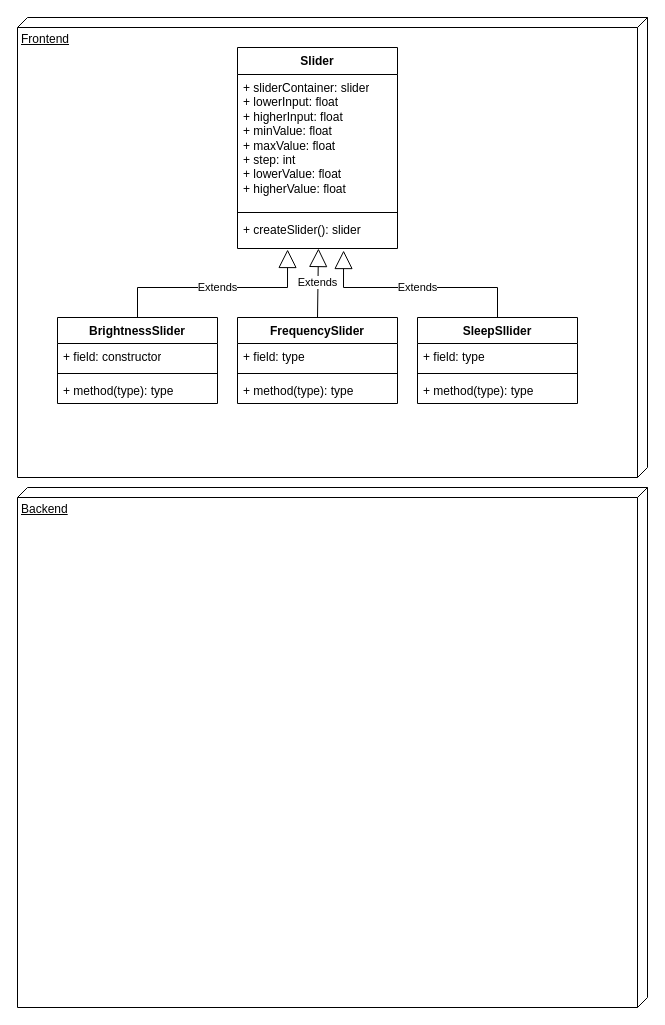
Before: uml_diagrams/class_diagram_v2.drawio in Phaneron97/smartLedstrip, a draw.io diagram. Source tidied: cells renumbered, new cells numbered last; positions are measured from the earlier drawing's top-left corner, leaving out a move shared by most shapes. Both pictures are drawn from the tidied source at 100%, with x=0, y=0 at pixel (17, 17).
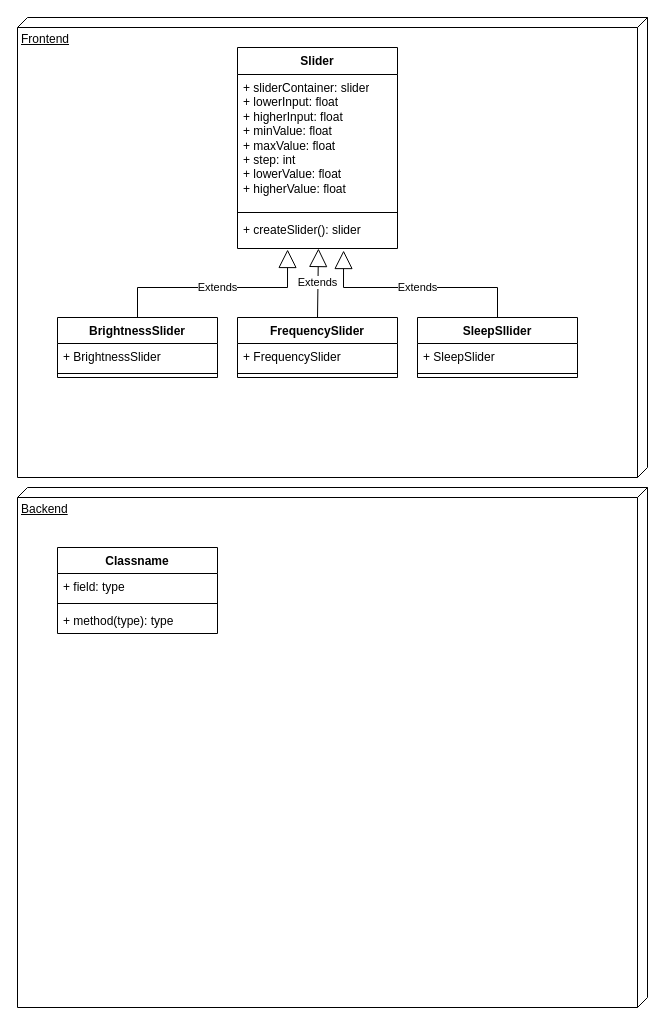
The same diagram, later.

Commit message:
constructors in frontend

The edit, as a diff of the source:
```diff
@@
     <mxCell id="8" value="BrightnessSlider" style="swimlane;fontStyle=1;align=center;verticalAlign=top;horizontal=1;startSize=26;whiteSpace=wrap;html=1;" parent="1" vertex="1">
-      <mxGeometry x="40" y="300" width="160" height="86" as="geometry" />
+      <mxGeometry x="40" y="300" width="160" height="60" as="geometry" />
     </mxCell>
-    <mxCell id="9" value="+ field: constructor" style="text;strokeColor=none;fillColor=none;align=left;verticalAlign=top;spacingLeft=4;spacingRight=4;overflow=hidden;whiteSpace=wrap;html=1;" parent="8" vertex="1">
+    <mxCell id="9" value="+ BrightnessSlider" style="text;strokeColor=none;fillColor=none;align=left;verticalAlign=top;spacingLeft=4;spacingRight=4;overflow=hidden;whiteSpace=wrap;html=1;" parent="8" vertex="1">
       <mxGeometry y="26" width="160" height="26" as="geometry" />
     </mxCell>
@@
-    <mxCell id="11" value="+ method(type): type" style="text;strokeColor=none;fillColor=none;align=left;verticalAlign=top;spacingLeft=4;spacingRight=4;overflow=hidden;whiteSpace=wrap;html=1;" parent="8" vertex="1">
-      <mxGeometry y="60" width="160" height="26" as="geometry" />
-    </mxCell>
     <mxCell id="12" value="FrequencySlider" style="swimlane;fontStyle=1;align=center;verticalAlign=top;horizontal=1;startSize=26;whiteSpace=wrap;html=1;" parent="1" vertex="1">
-      <mxGeometry x="220" y="300" width="160" height="86" as="geometry" />
+      <mxGeometry x="220" y="300" width="160" height="60" as="geometry" />
     </mxCell>
-    <mxCell id="13" value="+ field: type" style="text;strokeColor=none;fillColor=none;align=left;verticalAlign=top;spacingLeft=4;spacingRight=4;overflow=hidden;whiteSpace=wrap;html=1;" parent="12" vertex="1">
+    <mxCell id="13" value="+ FrequencySlider" style="text;strokeColor=none;fillColor=none;align=left;verticalAlign=top;spacingLeft=4;spacingRight=4;overflow=hidden;whiteSpace=wrap;html=1;" parent="12" vertex="1">
       <mxGeometry y="26" width="160" height="26" as="geometry" />
     </mxCell>
@@
-    <mxCell id="15" value="+ method(type): type" style="text;strokeColor=none;fillColor=none;align=left;verticalAlign=top;spacingLeft=4;spacingRight=4;overflow=hidden;whiteSpace=wrap;html=1;" parent="12" vertex="1">
-      <mxGeometry y="60" width="160" height="26" as="geometry" />
-    </mxCell>
     <mxCell id="16" value="SleepSllider" style="swimlane;fontStyle=1;align=center;verticalAlign=top;horizontal=1;startSize=26;whiteSpace=wrap;html=1;" parent="1" vertex="1">
-      <mxGeometry x="400" y="300" width="160" height="86" as="geometry" />
+      <mxGeometry x="400" y="300" width="160" height="60" as="geometry" />
     </mxCell>
-    <mxCell id="17" value="+ field: type" style="text;strokeColor=none;fillColor=none;align=left;verticalAlign=top;spacingLeft=4;spacingRight=4;overflow=hidden;whiteSpace=wrap;html=1;" parent="16" vertex="1">
+    <mxCell id="17" value="+ SleepSlider" style="text;strokeColor=none;fillColor=none;align=left;verticalAlign=top;spacingLeft=4;spacingRight=4;overflow=hidden;whiteSpace=wrap;html=1;" parent="16" vertex="1">
       <mxGeometry y="26" width="160" height="26" as="geometry" />
     </mxCell>
@@
-    <mxCell id="19" value="+ method(type): type" style="text;strokeColor=none;fillColor=none;align=left;verticalAlign=top;spacingLeft=4;spacingRight=4;overflow=hidden;whiteSpace=wrap;html=1;" parent="16" vertex="1">
-      <mxGeometry y="60" width="160" height="26" as="geometry" />
-    </mxCell>
@@
+    <mxCell id="23" value="Classname" style="swimlane;fontStyle=1;align=center;verticalAlign=top;horizontal=1;startSize=26;whiteSpace=wrap;html=1;" parent="1" vertex="1">
+      <mxGeometry x="40" y="530" width="160" height="86" as="geometry" />
+    </mxCell>
+    <mxCell id="24" value="+ field: type" style="text;strokeColor=none;fillColor=none;align=left;verticalAlign=top;spacingLeft=4;spacingRight=4;overflow=hidden;whiteSpace=wrap;html=1;" parent="23" vertex="1">
+      <mxGeometry y="26" width="160" height="26" as="geometry" />
+    </mxCell>
+    <mxCell id="25" style="line;strokeWidth=1;fillColor=none;align=left;verticalAlign=middle;spacingTop=-1;spacingLeft=3;spacingRight=3;labelPosition=right;strokeColor=inherit;" parent="23" vertex="1">
+      <mxGeometry y="52" width="160" height="8" as="geometry" />
+    </mxCell>
+    <mxCell id="26" value="+ method(type): type" style="text;strokeColor=none;fillColor=none;align=left;verticalAlign=top;spacingLeft=4;spacingRight=4;overflow=hidden;whiteSpace=wrap;html=1;" parent="23" vertex="1">
+      <mxGeometry y="60" width="160" height="26" as="geometry" />
+    </mxCell>
```
